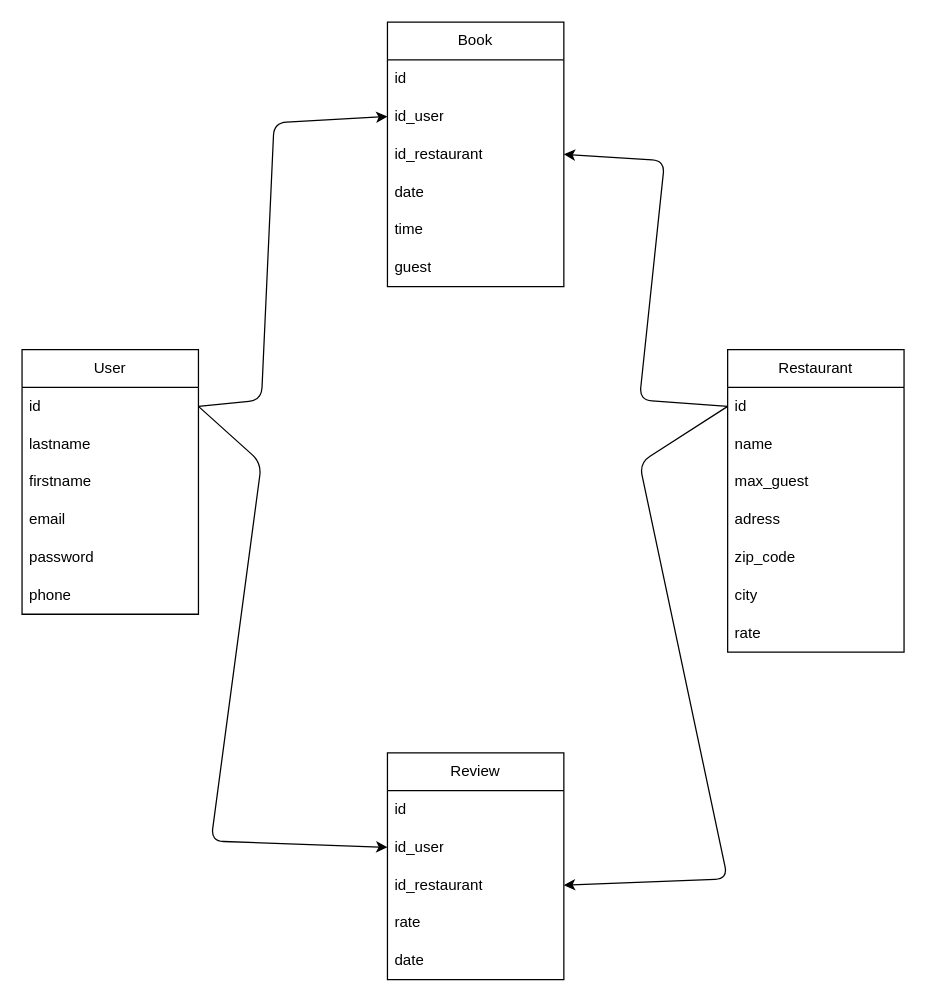
The draw.io diagram page "MLD" (2 of 3) of mcd-mld.drawio in thomas-spinec/silver-micro, before the edit. Source tidied: cells renumbered, new cells numbered last; positions are measured from the earlier drawing's top-left corner, leaving out a move shared by most shapes. Both pictures are drawn from the tidied source at 126%, with x=0, y=0 at pixel (21, 21).
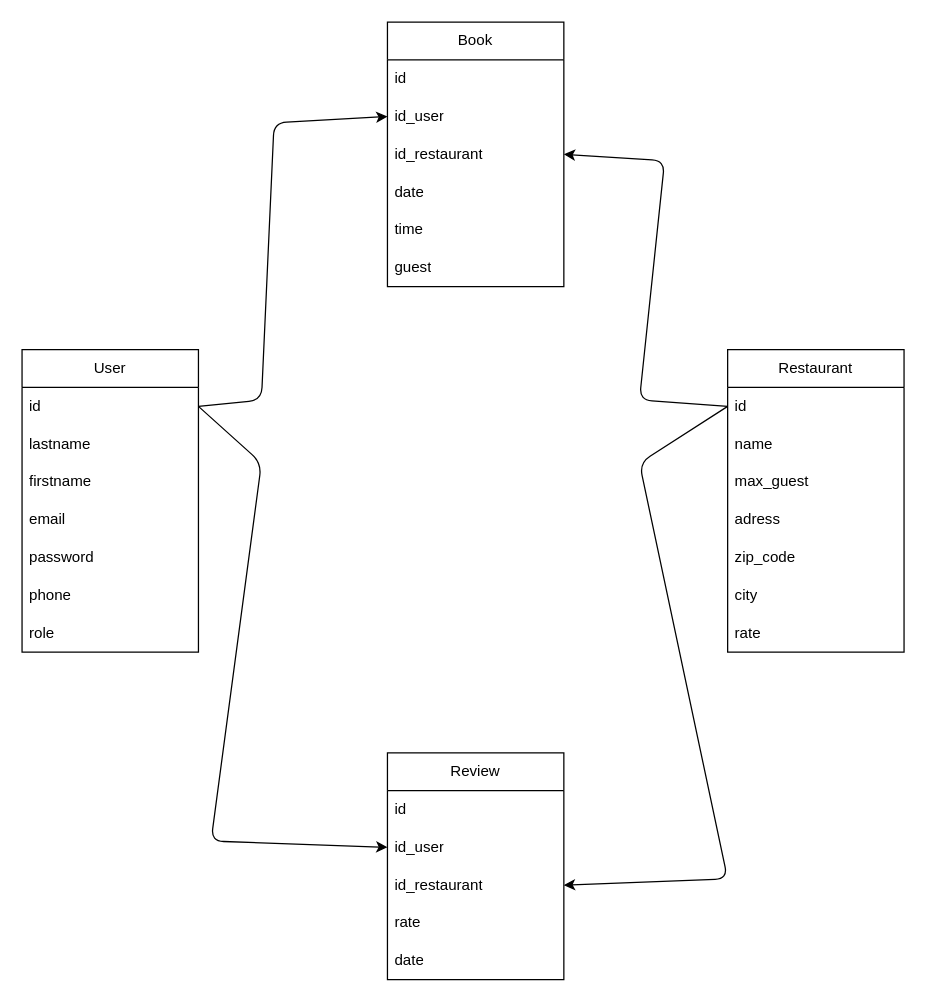
The same page after the edit.

Commit message (it also covers changes not shown here):
Add the role in user table in the MCD and MLD

The edit, as a diff of the source:
```diff
@@
     <mxCell id="15" value="User" style="swimlane;fontStyle=0;horizontal=1;startSize=30;whiteSpace=wrap;html=1;" parent="1" vertex="1">
-      <mxGeometry y="260" width="140" height="210" as="geometry" />
+      <mxGeometry y="260" width="140" height="240" as="geometry" />
     </mxCell>
@@
+    <mxCell id="34" value="phone" style="text;strokeColor=none;fillColor=none;align=left;verticalAlign=middle;spacingLeft=4;spacingRight=4;overflow=hidden;whiteSpace=wrap;html=1;" parent="15" vertex="1">
+      <mxGeometry y="180" width="140" height="30" as="geometry" />
+    </mxCell>
-    <mxCell id="21" value="phone" style="text;strokeColor=none;fillColor=none;align=left;verticalAlign=middle;spacingLeft=4;spacingRight=4;overflow=hidden;whiteSpace=wrap;html=1;" parent="15" vertex="1">
-      <mxGeometry y="180" width="140" height="30" as="geometry" />
+    <mxCell id="21" value="role" style="text;strokeColor=none;fillColor=none;align=left;verticalAlign=middle;spacingLeft=4;spacingRight=4;overflow=hidden;whiteSpace=wrap;html=1;" parent="15" vertex="1">
+      <mxGeometry y="210" width="140" height="30" as="geometry" />
     </mxCell>
```
